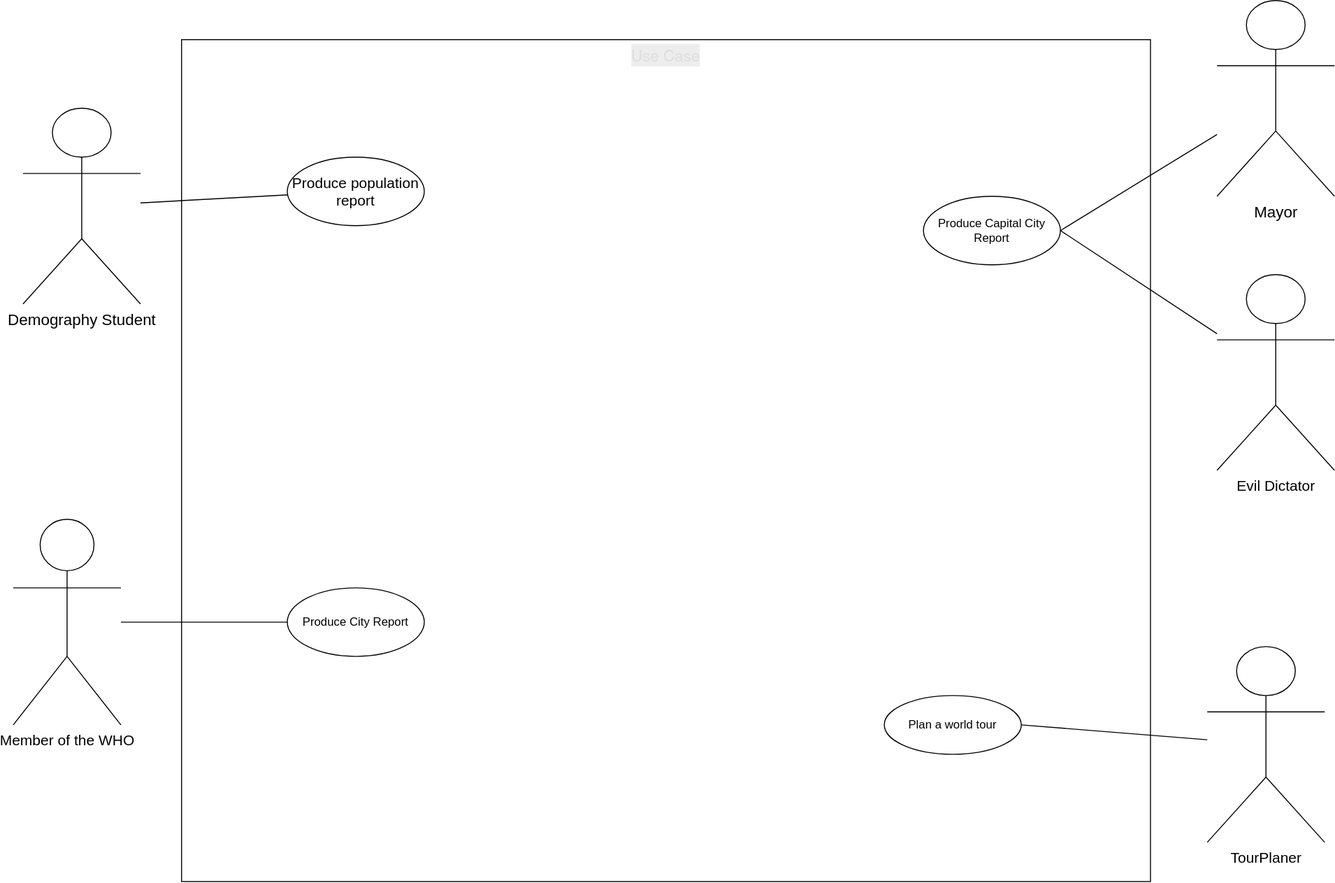
Earlier version of the draw.io export Group15-UseCaseDiagram.svg (NapierDanel/SET08103Group15). Source tidied: cells renumbered, new cells last; positions are measured from the earlier drawing's top-left corner, leaving out a move shared by most shapes.
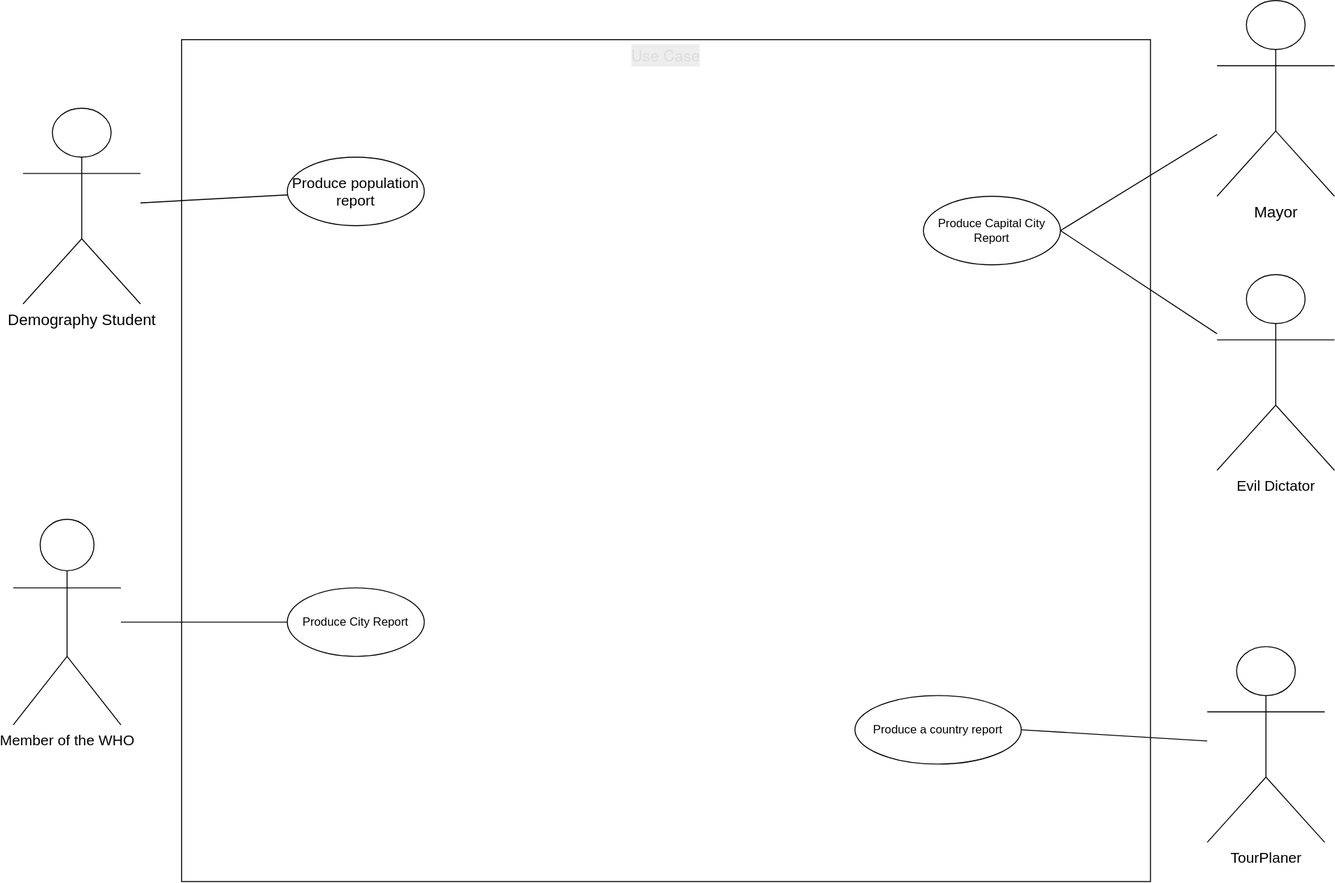
Above is the later version.

The edit, as a diff of the source:
```diff
@@ -23,8 +23,8 @@
     <mxCell id="8" value="&lt;font style=&quot;font-size: 15px&quot;&gt;Produce population report&lt;/font&gt;" style="ellipse;whiteSpace=wrap;html=1;strokeColor=#000000;fillColor=none;" parent="1" vertex="1">
       <mxGeometry x="280" y="160" width="140" height="70" as="geometry" />
     </mxCell>
-    <mxCell id="9" value="Plan a world tour" style="ellipse;whiteSpace=wrap;html=1;" parent="1" vertex="1">
-      <mxGeometry x="890" y="710" width="140" height="60" as="geometry" />
+    <mxCell id="9" value="Produce a country report" style="ellipse;whiteSpace=wrap;html=1;" parent="1" vertex="1">
+      <mxGeometry x="860" y="710" width="170" height="70" as="geometry" />
     </mxCell>
     <mxCell id="10" style="endArrow=none;html=1;exitX=1;exitY=0.5;exitDx=0;exitDy=0;" parent="1" edge="1" source="9" target="4">
       <mxGeometry relative="1" as="geometry" />
```
